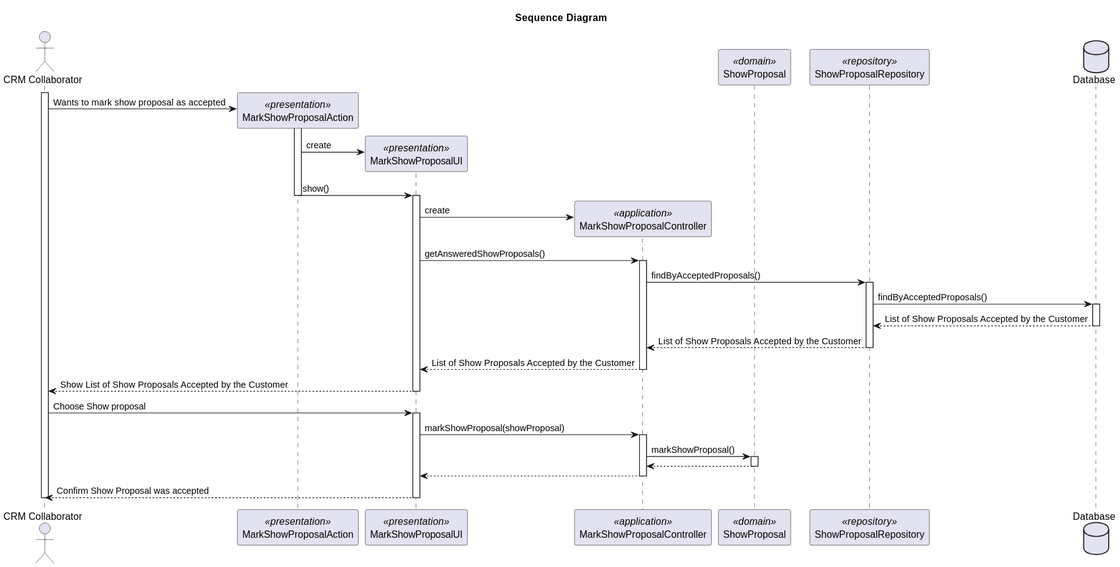
Before: docs/Sprint3/us_317/images/sequence-diagram-US317.svg, a diagram exported from PlantUML (rubenFreitas1/ISEP-LAPR4-2024-2025).
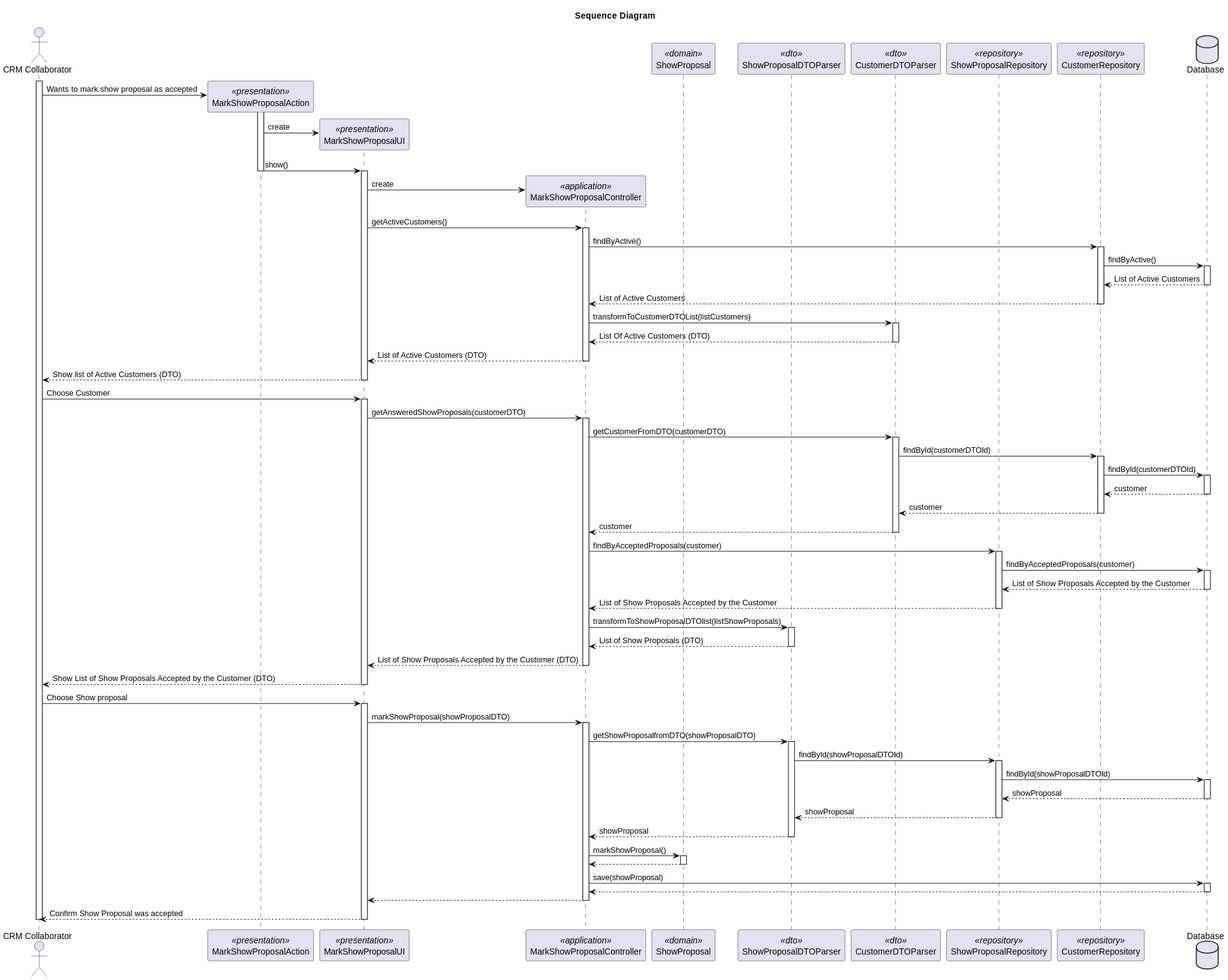
The same diagram one commit later.

Diff of the diagram source:
```diff
@@ -6,7 +6,10 @@
 participant "MarkShowProposalUI" as UI <<presentation>>
 participant "MarkShowProposalController" as Controller <<application>>
 participant "ShowProposal" as ShowProposal <<domain>>
+participant "ShowProposalDTOParser" as ShowProposalDTOParser <<dto>>
+participant "CustomerDTOParser" as CustomerDTOParser <<dto>>
 participant "ShowProposalRepository" as ShowProposalRepository <<repository>>
+participant "CustomerRepository" as CustomerRepository <<repository>>
 database "Database" as Database
 
 activate Actor
@@ -22,25 +25,80 @@
     activate UI
 
 UI -> Controller** : create
-UI -> Controller: getAnsweredShowProposals()
+
+UI -> Controller: getActiveCustomers()
+    activate Controller
+
+    Controller -> CustomerRepository: findByActive()
+    activate CustomerRepository
+
+    CustomerRepository -> Database: findByActive()
+        activate Database
+
+        Database --> CustomerRepository: List of Active Customers
+        deactivate Database
+    CustomerRepository --> Controller: List of Active Customers
+    deactivate CustomerRepository
+
+    Controller -> CustomerDTOParser: transformToCustomerDTOList(listCustomers)
+        activate CustomerDTOParser
+
+        CustomerDTOParser --> Controller: List Of Active Customers (DTO)
+        deactivate CustomerDTOParser
+
+
+    Controller --> UI: List of Active Customers (DTO)
+    deactivate Controller
+    UI --> Actor: Show list of Active Customers (DTO)
+    deactivate UI
+
+Actor -> UI: Choose Customer
+    activate UI
+
+UI -> Controller: getAnsweredShowProposals(customerDTO)
 
     activate Controller
 
-        Controller -> ShowProposalRepository: findByAcceptedProposals()
+        Controller -> CustomerDTOParser: getCustomerFromDTO(customerDTO)
+            activate CustomerDTOParser
+
+            CustomerDTOParser -> CustomerRepository: findById(customerDTOId)
+                activate CustomerRepository
+
+                CustomerRepository -> Database: findById(customerDTOId)
+                    activate Database
+
+                    Database --> CustomerRepository: customer
+                    deactivate Database
+                CustomerRepository --> CustomerDTOParser: customer
+                deactivate CustomerRepository
+
+            CustomerDTOParser --> Controller: customer
+            deactivate CustomerDTOParser
+
+
+        Controller -> ShowProposalRepository: findByAcceptedProposals(customer)
 
         activate ShowProposalRepository
 
-        ShowProposalRepository -> Database: findByAcceptedProposals()
+        ShowProposalRepository -> Database: findByAcceptedProposals(customer)
         activate Database
 
         Database --> ShowProposalRepository: List of Show Proposals Accepted by the Customer
         deactivate Database
         ShowProposalRepository --> Controller: List of Show Proposals Accepted by the Customer
         deactivate ShowProposalRepository
-        Controller --> UI: List of Show Proposals Accepted by the Customer
+
+        Controller -> ShowProposalDTOParser: transformToShowProposalDTOlist(listShowProposals)
+            activate ShowProposalDTOParser
+
+            ShowProposalDTOParser --> Controller: List of Show Proposals (DTO)
+            deactivate ShowProposalDTOParser
+
+        Controller --> UI: List of Show Proposals Accepted by the Customer (DTO)
     deactivate Controller
 
-UI --> Actor: Show List of Show Proposals Accepted by the Customer
+UI --> Actor: Show List of Show Proposals Accepted by the Customer (DTO)
 deactivate UI
 
 Actor -> UI: Choose Show proposal
@@ -48,14 +106,37 @@
 
     activate UI
 
-        UI -> Controller: markShowProposal(showProposal)
+        UI -> Controller: markShowProposal(showProposalDTO)
         activate Controller
+
+        Controller -> ShowProposalDTOParser: getShowProposalfromDTO(showProposalDTO)
+            activate ShowProposalDTOParser
+
+            ShowProposalDTOParser -> ShowProposalRepository: findById(showProposalDTOId)
+                activate ShowProposalRepository
+
+                ShowProposalRepository -> Database: findById(showProposalDTOId)
+                    activate Database
+
+                    Database --> ShowProposalRepository: showProposal
+                    deactivate Database
+                ShowProposalRepository --> ShowProposalDTOParser: showProposal
+                deactivate ShowProposalRepository
+            ShowProposalDTOParser --> Controller: showProposal
+            deactivate ShowProposalDTOParser
+
+
 
         Controller -> ShowProposal: markShowProposal()
             activate ShowProposal
 
             ShowProposal --> Controller
             deactivate ShowProposal
+            Controller -> Database: save(showProposal)
+                activate Database
+
+                Database --> Controller:
+                deactivate Database
             Controller --> UI:
         deactivate Controller
         UI --> Actor: Confirm Show Proposal was accepted
```
